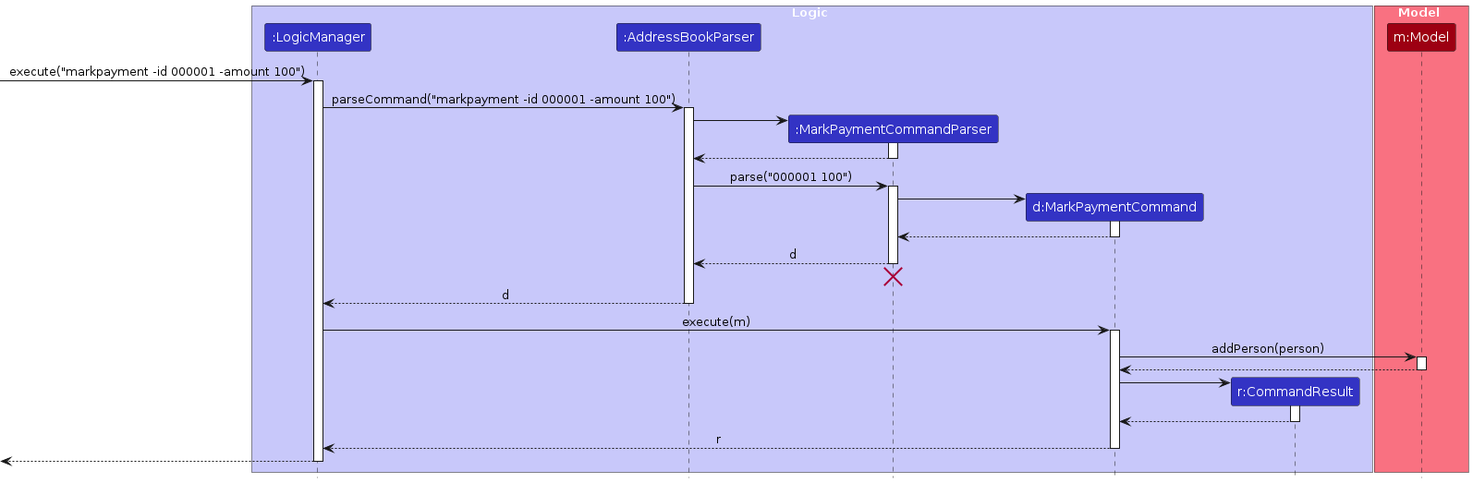
This is diagrams/MarkPaymentSequenceDiagram.png from MarcusGitty/tp, a PlantUML export, as it was before one commit. Its source is kept beside it as diagrams/MarkPaymentSequenceDiagram.puml.
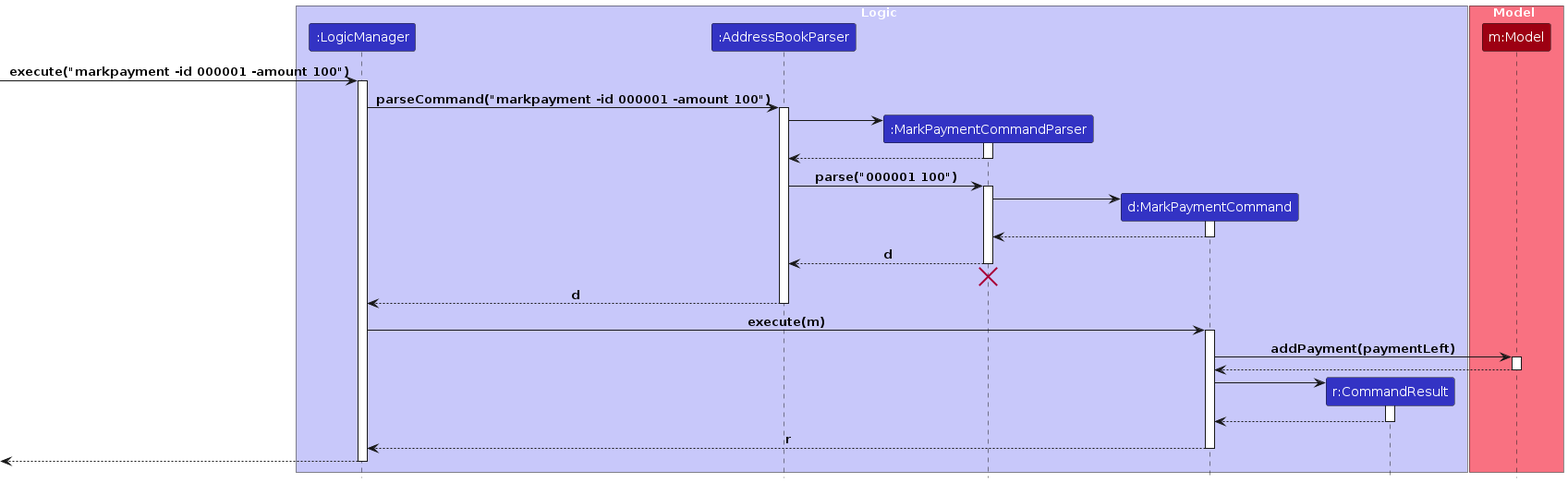
After the change.

What changed in the source:
```diff
@@ -1,6 +1,5 @@
 @startuml
 !include style.puml
-skinparam ArrowFontStyle plain
 
 box Logic LOGIC_COLOR_T1
 participant ":LogicManager" as LogicManager LOGIC_COLOR
@@ -48,7 +47,7 @@
 LogicManager -> MarkPaymentCommand : execute(m)
 activate MarkPaymentCommand
 
-MarkPaymentCommand -> Model : addPerson(person)
+MarkPaymentCommand -> Model : addPayment(paymentLeft)
 activate Model
 
 Model --> MarkPaymentCommand
```
